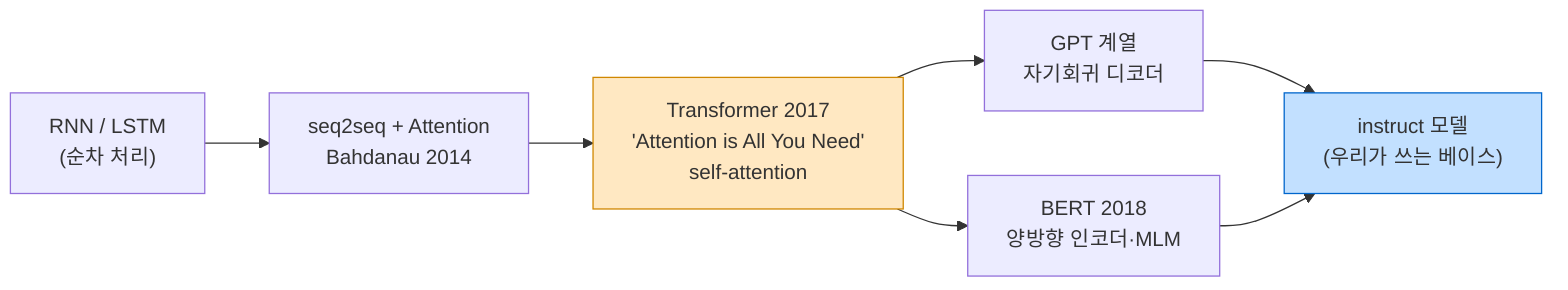
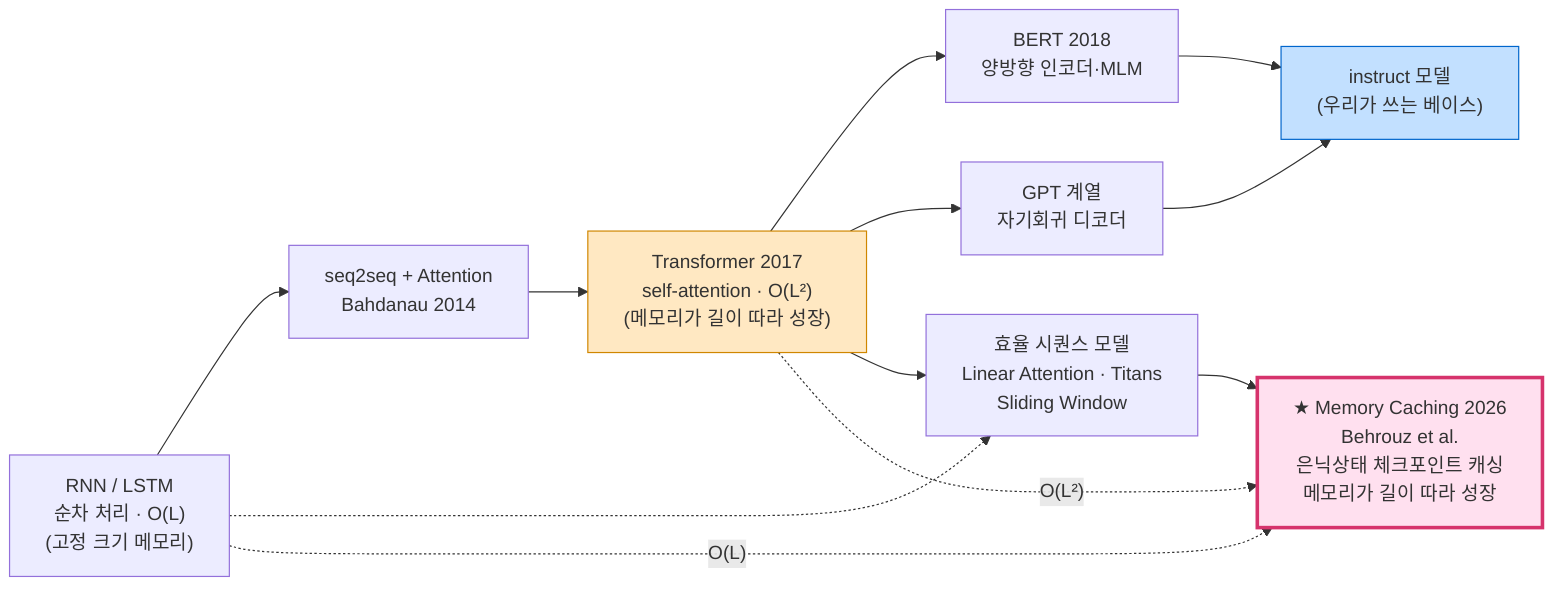
graph LR
-   A["RNN / LSTM<br/>(순차 처리)"] --> B["seq2seq + Attention<br/>Bahdanau 2014"]
-   B --> C["Transformer 2017<br/>'Attention is All You Need'<br/>self-attention"]
+   A["RNN / LSTM<br/>순차 처리 · O(L)<br/>(고정 크기 메모리)"] --> B["seq2seq + Attention<br/>Bahdanau 2014"]
+   B --> C["Transformer 2017<br/>self-attention · O(L²)<br/>(메모리가 길이 따라 성장)"]
  C --> D["BERT 2018<br/>양방향 인코더·MLM"]
  C --> E["GPT 계열<br/>자기회귀 디코더"]
  E --> F["instruct 모델<br/>(우리가 쓰는 베이스)"]
  D --> F
+   C --> G["효율 시퀀스 모델<br/>Linear Attention · Titans<br/>Sliding Window"]
+   A -.-> G
+   G --> H["★ Memory Caching 2026<br/>Behrouz et al.<br/>은닉상태 체크포인트 캐싱<br/>메모리가 길이 따라 성장"]
+   A -.->|"O(L)"| H
+   C -.->|"O(L²)"| H
  style C fill:#ffe8c2,stroke:#d08700
  style F fill:#c2e0ff,stroke:#0066cc
+   style H fill:#ffe0ef,stroke:#d6336c,stroke-width:3px
